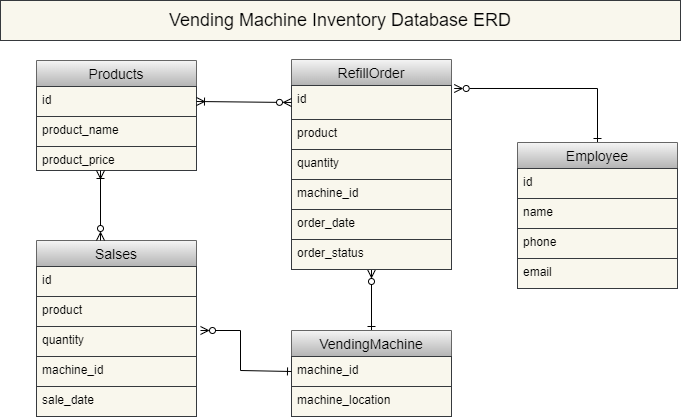
This is VendingMachine-Page-4.drawio.png from FengyanTina/vendingMsh, a draw.io export, as it was before one commit. Source tidied: cells renumbered, new cells last; positions are measured from the earlier drawing's top-left corner, leaving out a move shared by most shapes.
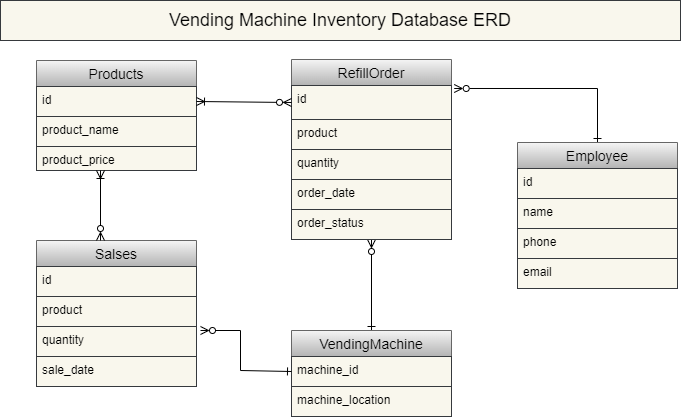
Later version of the same file.

What changed in the source:
```diff
@@ -27,7 +27,7 @@
       <mxGeometry y="56" width="160" height="30" as="geometry" />
     </mxCell>
     <mxCell id="10" value="RefillOrder" style="swimlane;fontStyle=0;horizontal=1;startSize=26;align=center;fontSize=14;fillColor=#f5f5f5;gradientColor=#b3b3b3;strokeColor=#666666;" parent="1" vertex="1">
-      <mxGeometry x="291" y="59" width="160" height="210" as="geometry" />
+      <mxGeometry x="291" y="59" width="160" height="180" as="geometry" />
     </mxCell>
     <mxCell id="11" value="id" style="text;strokeColor=#36393d;fillColor=#f9f7ed;spacingLeft=4;spacingRight=4;overflow=hidden;points=[[0,0.5],[1,0.5]];portConstraint=eastwest;fontSize=12;" parent="10" vertex="1">
       <mxGeometry y="26" width="160" height="34" as="geometry" />
@@ -38,17 +38,14 @@
     <mxCell id="13" value="quantity&#10;" style="text;strokeColor=#36393d;fillColor=#f9f7ed;spacingLeft=4;spacingRight=4;overflow=hidden;fontSize=12;" parent="10" vertex="1">
       <mxGeometry y="90" width="160" height="30" as="geometry" />
     </mxCell>
-    <mxCell id="14" value="machine_id" style="text;strokeColor=#36393d;fillColor=#f9f7ed;spacingLeft=4;spacingRight=4;overflow=hidden;fontSize=12;" parent="10" vertex="1">
-      <mxGeometry y="120" width="160" height="30" as="geometry" />
-    </mxCell>
     <mxCell id="15" value="order_date" style="text;strokeColor=#36393d;fillColor=#f9f7ed;spacingLeft=4;spacingRight=4;overflow=hidden;fontSize=12;" parent="10" vertex="1">
-      <mxGeometry y="150" width="160" height="30" as="geometry" />
+      <mxGeometry y="120" width="160" height="30" as="geometry" />
     </mxCell>
     <mxCell id="16" value="order_status" style="text;strokeColor=#36393d;fillColor=#f9f7ed;spacingLeft=4;spacingRight=4;overflow=hidden;fontSize=12;" parent="10" vertex="1">
-      <mxGeometry y="180" width="160" height="30" as="geometry" />
+      <mxGeometry y="150" width="160" height="30" as="geometry" />
     </mxCell>
     <mxCell id="17" value="Salses" style="swimlane;fontStyle=0;horizontal=1;startSize=26;align=center;fontSize=14;fillColor=#f5f5f5;gradientColor=#b3b3b3;strokeColor=#666666;" parent="1" vertex="1">
-      <mxGeometry x="36" y="240" width="160" height="176" as="geometry" />
+      <mxGeometry x="36" y="240" width="160" height="146" as="geometry" />
     </mxCell>
     <mxCell id="18" value="id" style="text;strokeColor=#36393d;fillColor=#f9f7ed;spacingLeft=4;spacingRight=4;overflow=hidden;fontSize=12;" parent="17" vertex="1">
       <mxGeometry y="26" width="160" height="30" as="geometry" />
@@ -59,11 +56,8 @@
     <mxCell id="20" value="quantity" style="text;spacingLeft=4;spacingRight=4;overflow=hidden;fontSize=12;fillColor=#f9f7ed;strokeColor=#36393d;" parent="17" vertex="1">
       <mxGeometry y="86" width="160" height="30" as="geometry" />
     </mxCell>
-    <mxCell id="21" value="machine_id" style="text;spacingLeft=4;spacingRight=4;overflow=hidden;fontSize=12;fillColor=#f9f7ed;strokeColor=#36393d;" parent="17" vertex="1">
-      <mxGeometry y="116" width="160" height="30" as="geometry" />
-    </mxCell>
     <mxCell id="22" value="sale_date" style="text;spacingLeft=4;spacingRight=4;overflow=hidden;fontSize=12;fillColor=#f9f7ed;strokeColor=#36393d;" parent="17" vertex="1">
-      <mxGeometry y="146" width="160" height="30" as="geometry" />
+      <mxGeometry y="116" width="160" height="30" as="geometry" />
     </mxCell>
     <mxCell id="23" style="rounded=0;jettySize=auto;html=1;startArrow=ERoneToMany;startFill=0;endArrow=ERzeroToMany;endFill=0;entryX=0.4;entryY=0;entryDx=0;entryDy=0;entryPerimeter=0;" parent="1" edge="1" target="17">
       <mxGeometry relative="1" as="geometry">
```
